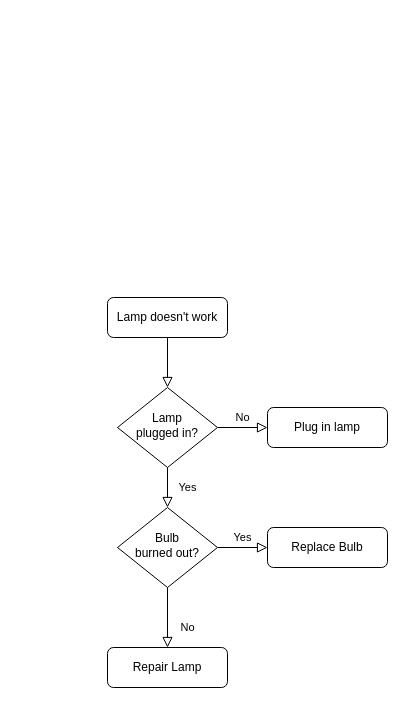
Above: Untitled Diagram.drawio in 87utierrez/BaseImageValidation (draw.io), before the change. Source tidied: cells renumbered, new cells numbered last; positions are measured from the earlier drawing's top-left corner, leaving out a move shared by most shapes. Both pictures are drawn from the tidied source at 100%, with x=0, y=0 at pixel (107, 297).
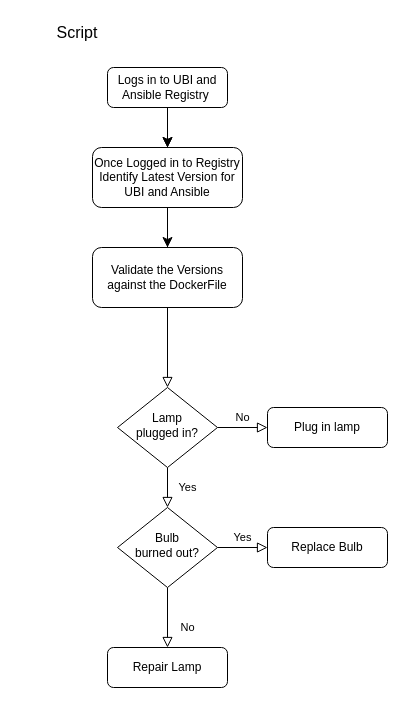
After the change.

Commit message:
WorkFlow - Validate Versions_Build_Image

What changed in the source:
```diff
@@
 <mxGraphModel>
   <root>
     <mxCell id="0" />
     <mxCell id="1" parent="0" />
     <mxCell id="2" style="rounded=0;html=1;jettySize=auto;fontSize=11;endArrow=block;endFill=0;endSize=8;strokeWidth=1;shadow=0;labelBackgroundColor=none;edgeStyle=orthogonalEdgeStyle;" parent="1" edge="1" source="3" target="6">
       <mxGeometry relative="1" as="geometry" />
     </mxCell>
+    <mxCell id="13" style="edgeStyle=none;curved=1;rounded=0;jettySize=auto;html=1;fontSize=12;startSize=8;endSize=8;" parent="1" edge="1" source="3">
+      <mxGeometry relative="1" as="geometry">
+        <mxPoint x="60" y="-150" as="targetPoint" />
+      </mxGeometry>
+    </mxCell>
+    <mxCell id="14" style="edgeStyle=none;curved=1;rounded=0;jettySize=auto;html=1;fontSize=12;startSize=8;endSize=8;" parent="1" edge="1" source="3" target="17">
+      <mxGeometry relative="1" as="geometry" />
+    </mxCell>
-    <mxCell id="3" value="Lamp doesn't work" style="rounded=1;whiteSpace=wrap;html=1;fontSize=12;glass=0;strokeWidth=1;shadow=0;" parent="1" vertex="1">
-      <mxGeometry width="120" height="40" as="geometry" />
+    <mxCell id="3" value="Logs in to UBI and Ansible Registry&amp;nbsp;" style="rounded=1;whiteSpace=wrap;html=1;fontSize=12;glass=0;strokeWidth=1;shadow=0;" parent="1" vertex="1">
+      <mxGeometry y="-230" width="120" height="40" as="geometry" />
     </mxCell>
     <mxCell id="4" value="Yes" style="rounded=0;html=1;jettySize=auto;fontSize=11;endArrow=block;endFill=0;endSize=8;strokeWidth=1;shadow=0;labelBackgroundColor=none;edgeStyle=orthogonalEdgeStyle;" parent="1" edge="1" source="6" target="10">
       <mxGeometry y="20" relative="1" as="geometry" />
     </mxCell>
     <mxCell id="5" value="No" style="edgeStyle=orthogonalEdgeStyle;rounded=0;html=1;jettySize=auto;fontSize=11;endArrow=block;endFill=0;endSize=8;strokeWidth=1;shadow=0;labelBackgroundColor=none;" parent="1" edge="1" source="6" target="7">
       <mxGeometry y="10" relative="1" as="geometry" />
     </mxCell>
     <mxCell id="6" value="Lamp&lt;br&gt;plugged in?" style="rhombus;whiteSpace=wrap;html=1;shadow=0;fontFamily=Helvetica;fontSize=12;align=center;strokeWidth=1;spacing=6;spacingTop=-4;" parent="1" vertex="1">
       <mxGeometry x="10" y="90" width="100" height="80" as="geometry" />
     </mxCell>
     <mxCell id="7" value="Plug in lamp" style="rounded=1;whiteSpace=wrap;html=1;fontSize=12;glass=0;strokeWidth=1;shadow=0;" parent="1" vertex="1">
       <mxGeometry x="160" y="110" width="120" height="40" as="geometry" />
     </mxCell>
     <mxCell id="8" value="No" style="rounded=0;html=1;jettySize=auto;fontSize=11;endArrow=block;endFill=0;endSize=8;strokeWidth=1;shadow=0;labelBackgroundColor=none;edgeStyle=orthogonalEdgeStyle;" parent="1" edge="1" source="10" target="11">
       <mxGeometry x="0.33" y="20" relative="1" as="geometry" />
     </mxCell>
     <mxCell id="9" value="Yes" style="edgeStyle=orthogonalEdgeStyle;rounded=0;html=1;jettySize=auto;fontSize=11;endArrow=block;endFill=0;endSize=8;strokeWidth=1;shadow=0;labelBackgroundColor=none;" parent="1" edge="1" source="10" target="12">
       <mxGeometry y="10" relative="1" as="geometry" />
     </mxCell>
     <mxCell id="10" value="Bulb&lt;br&gt;burned out?" style="rhombus;whiteSpace=wrap;html=1;shadow=0;fontFamily=Helvetica;fontSize=12;align=center;strokeWidth=1;spacing=6;spacingTop=-4;" parent="1" vertex="1">
       <mxGeometry x="10" y="210" width="100" height="80" as="geometry" />
     </mxCell>
     <mxCell id="11" value="Repair Lamp" style="rounded=1;whiteSpace=wrap;html=1;fontSize=12;glass=0;strokeWidth=1;shadow=0;" parent="1" vertex="1">
       <mxGeometry y="350" width="120" height="40" as="geometry" />
     </mxCell>
     <mxCell id="12" value="Replace Bulb" style="rounded=1;whiteSpace=wrap;html=1;fontSize=12;glass=0;strokeWidth=1;shadow=0;" parent="1" vertex="1">
       <mxGeometry x="160" y="230" width="120" height="40" as="geometry" />
     </mxCell>
+    <mxCell id="15" value="Script" style="text;html=1;strokeColor=none;fillColor=none;align=center;verticalAlign=middle;whiteSpace=wrap;rounded=0;fontSize=16;" parent="1" vertex="1">
+      <mxGeometry x="-90" y="-280" width="120" height="30" as="geometry" />
+    </mxCell>
+    <mxCell id="16" style="edgeStyle=none;curved=1;rounded=0;jettySize=auto;html=1;fontSize=12;startSize=8;endSize=8;" parent="1" edge="1" source="17" target="18">
+      <mxGeometry relative="1" as="geometry" />
+    </mxCell>
+    <mxCell id="17" value="Once Logged in to Registry Identify Latest Version for UBI and Ansible" style="rounded=1;whiteSpace=wrap;html=1;fontSize=12;glass=0;strokeWidth=1;shadow=0;" parent="1" vertex="1">
+      <mxGeometry x="-15" y="-150" width="150" height="60" as="geometry" />
+    </mxCell>
+    <mxCell id="18" value="Validate the Versions against the DockerFile" style="rounded=1;whiteSpace=wrap;html=1;fontSize=12;glass=0;strokeWidth=1;shadow=0;" parent="1" vertex="1">
+      <mxGeometry x="-15" y="-50" width="150" height="60" as="geometry" />
+    </mxCell>
   </root>
 </mxGraphModel>
```
